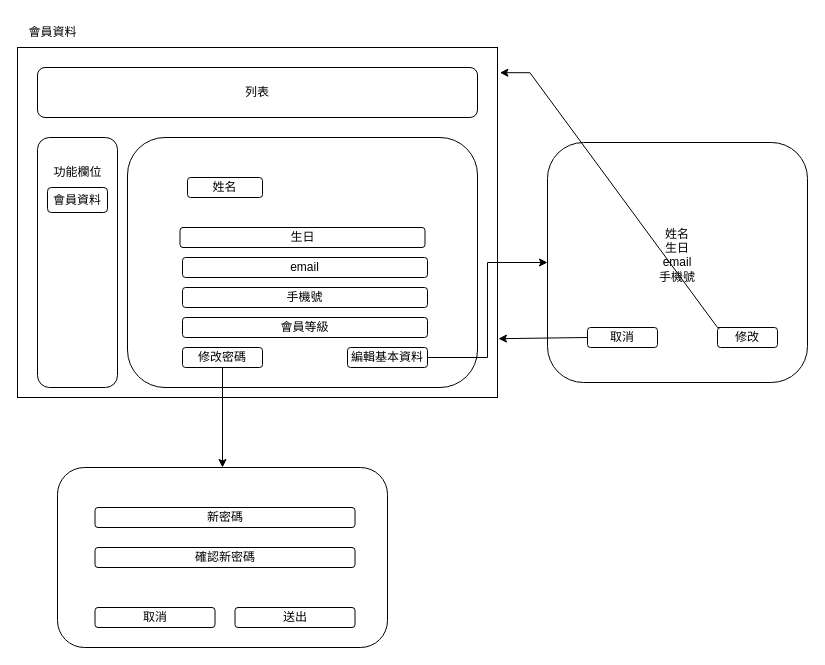
Before: 會員資料.drawio in shaoccc3/movie, a draw.io diagram. Source tidied: cells renumbered, new cells numbered last; positions are measured from the earlier drawing's top-left corner, leaving out a move shared by most shapes. Both pictures are drawn from the tidied source at 100%, with x=0, y=0 at pixel (17, 17).
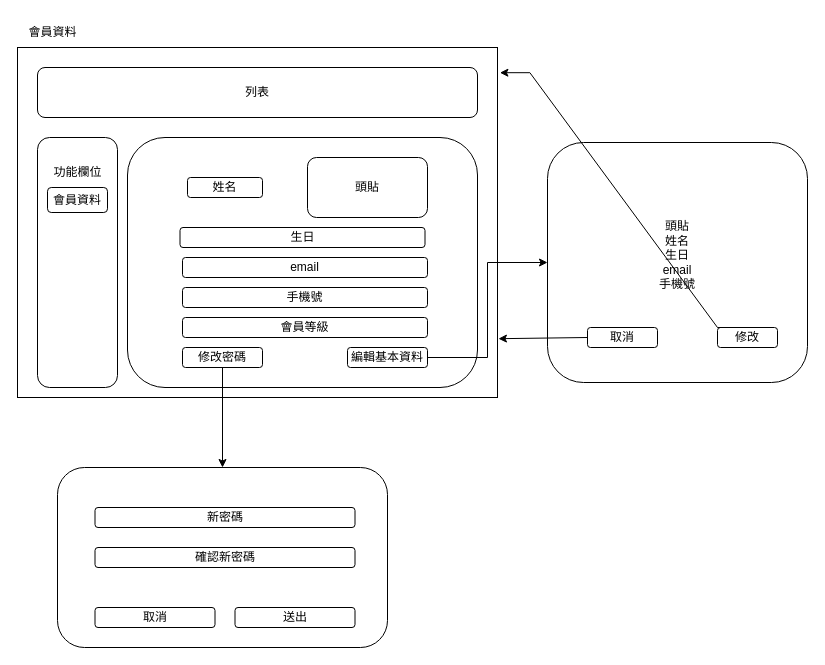
After the change.

What changed in the source:
```diff
@@
-    <mxCell id="17" value="姓名&lt;div&gt;生日&lt;/div&gt;&lt;div&gt;email&lt;/div&gt;&lt;div&gt;手機號&lt;/div&gt;&lt;div&gt;&lt;br&gt;&lt;/div&gt;" style="rounded=1;whiteSpace=wrap;html=1;" parent="1" vertex="1">
+    <mxCell id="17" value="&lt;div&gt;頭貼&lt;/div&gt;姓名&lt;div&gt;生日&lt;/div&gt;&lt;div&gt;email&lt;/div&gt;&lt;div&gt;手機號&lt;/div&gt;&lt;div&gt;&lt;br&gt;&lt;/div&gt;" style="rounded=1;whiteSpace=wrap;html=1;" parent="1" vertex="1">
       <mxGeometry x="530" y="125" width="260" height="240" as="geometry" />
     </mxCell>
@@
+    <mxCell id="28" value="頭貼" style="rounded=1;whiteSpace=wrap;html=1;" parent="1" vertex="1">
+      <mxGeometry x="290" y="140" width="120" height="60" as="geometry" />
+    </mxCell>
```
